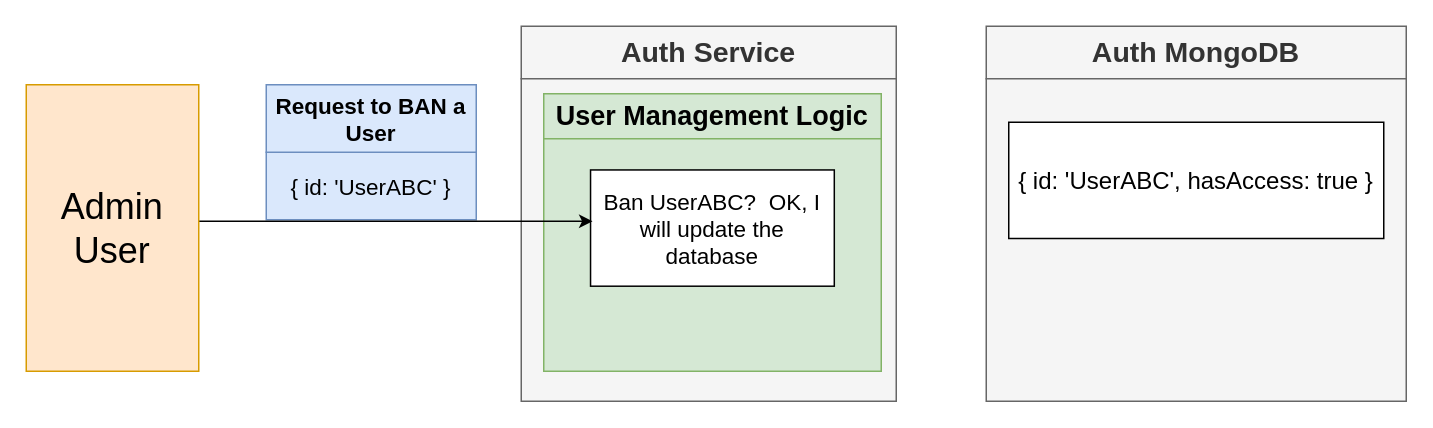
HappySuzuki/microservices-cast keeps this draw.io diagram as page "16 - admin" (17 of 23) of diagrams/05/04.drawio. Above is the earlier version. Source tidied: cells renumbered, new cells numbered last; positions are measured from the earlier drawing's top-left corner, leaving out a move shared by most shapes. Both pictures are drawn from the tidied source at 150%, with x=0, y=0 at pixel (26, 26).
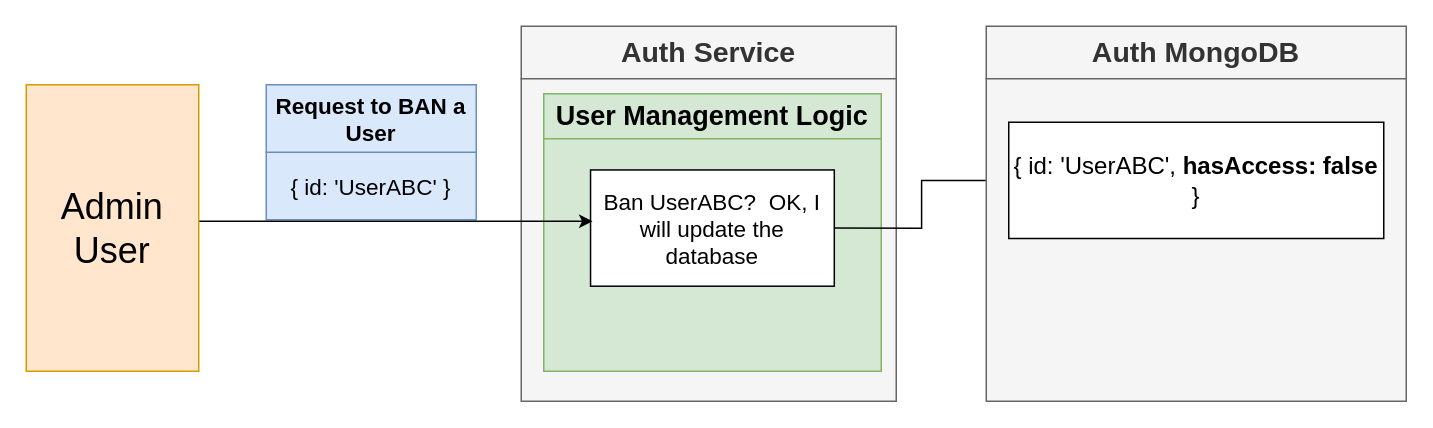
The same diagram, later.

Diff of the diagram source:
```diff
@@
 <mxGraphModel>
   <root>
     <mxCell id="0" />
     <mxCell id="1" parent="0" />
     <mxCell id="2" value="Auth Service" style="rounded=0;whiteSpace=wrap;html=1;fillColor=#f5f5f5;strokeColor=#666666;fontColor=#333333;fontStyle=1;fontSize=19;" parent="1" vertex="1">
       <mxGeometry x="330" width="250" height="35" as="geometry" />
     </mxCell>
     <mxCell id="3" style="rounded=0;whiteSpace=wrap;html=1;fillColor=#f5f5f5;strokeColor=#666666;fontColor=#333333;fontStyle=1;fontSize=19;" parent="1" vertex="1">
       <mxGeometry x="330" y="35" width="250" height="215" as="geometry" />
     </mxCell>
     <mxCell id="4" value="User Management Logic" style="rounded=0;whiteSpace=wrap;html=1;shadow=0;labelBackgroundColor=none;fontSize=18;fillColor=#d5e8d4;strokeColor=#82b366;fontStyle=1;" parent="1" vertex="1">
       <mxGeometry x="345" y="45" width="225" height="30" as="geometry" />
     </mxCell>
     <mxCell id="5" style="rounded=0;whiteSpace=wrap;html=1;shadow=0;labelBackgroundColor=none;fontSize=18;fillColor=#d5e8d4;strokeColor=#82b366;fontStyle=1;" parent="1" vertex="1">
       <mxGeometry x="345" y="75" width="225" height="155" as="geometry" />
     </mxCell>
+    <mxCell id="14" style="edgeStyle=orthogonalEdgeStyle;rounded=0;jettySize=auto;html=1;exitX=1;exitY=0.5;exitDx=0;exitDy=0;fontSize=21;" parent="1" edge="1" source="6" target="11">
+      <mxGeometry relative="1" as="geometry" />
+    </mxCell>
     <mxCell id="6" value="Ban UserABC?&amp;nbsp; OK, I will update the database" style="rounded=0;whiteSpace=wrap;html=1;shadow=0;labelBackgroundColor=none;fontSize=15;" parent="1" vertex="1">
       <mxGeometry x="376.2" y="95.8" width="162.5" height="77.5" as="geometry" />
     </mxCell>
     <mxCell id="7" value="{ id: 'UserABC' }" style="rounded=0;whiteSpace=wrap;html=1;fontSize=15;fillColor=#dae8fc;strokeColor=#6c8ebf;" parent="1" vertex="1">
       <mxGeometry x="160" y="84" width="140" height="45" as="geometry" />
     </mxCell>
     <mxCell id="8" value="&lt;b&gt;Request to BAN a User&lt;/b&gt;" style="rounded=0;whiteSpace=wrap;html=1;fontSize=15;fillColor=#dae8fc;strokeColor=#6c8ebf;" parent="1" vertex="1">
       <mxGeometry x="160" y="39" width="140" height="45" as="geometry" />
     </mxCell>
     <mxCell id="9" value="Auth MongoDB" style="rounded=0;whiteSpace=wrap;html=1;fillColor=#f5f5f5;strokeColor=#666666;fontColor=#333333;fontStyle=1;fontSize=19;" parent="1" vertex="1">
       <mxGeometry x="640" width="280" height="35" as="geometry" />
     </mxCell>
     <mxCell id="10" style="rounded=0;whiteSpace=wrap;html=1;fillColor=#f5f5f5;strokeColor=#666666;fontColor=#333333;fontStyle=1;fontSize=19;" parent="1" vertex="1">
       <mxGeometry x="640" y="35" width="280" height="215" as="geometry" />
     </mxCell>
-    <mxCell id="11" value="{ id: 'UserABC', hasAccess: true }" style="rounded=0;whiteSpace=wrap;html=1;shadow=0;labelBackgroundColor=none;fontSize=16;" parent="1" vertex="1">
+    <mxCell id="11" value="{ id: 'UserABC', &lt;b&gt;hasAccess: false&lt;/b&gt; }" style="rounded=0;whiteSpace=wrap;html=1;shadow=0;labelBackgroundColor=none;fontSize=16;" parent="1" vertex="1">
       <mxGeometry x="655" y="64" width="250" height="77.5" as="geometry" />
     </mxCell>
     <mxCell id="12" style="endArrow=classic;html=1;fontSize=16;" parent="1" edge="1">
       <mxGeometry relative="1" as="geometry">
         <mxPoint x="17.5" y="130" as="sourcePoint" />
         <mxPoint x="377.5" y="130" as="targetPoint" />
       </mxGeometry>
     </mxCell>
     <mxCell id="13" value="Admin User" style="rounded=0;whiteSpace=wrap;html=1;fontSize=24;fillColor=#ffe6cc;strokeColor=#d79b00;" parent="1" vertex="1">
       <mxGeometry y="39" width="115" height="191" as="geometry" />
     </mxCell>
   </root>
 </mxGraphModel>
```
